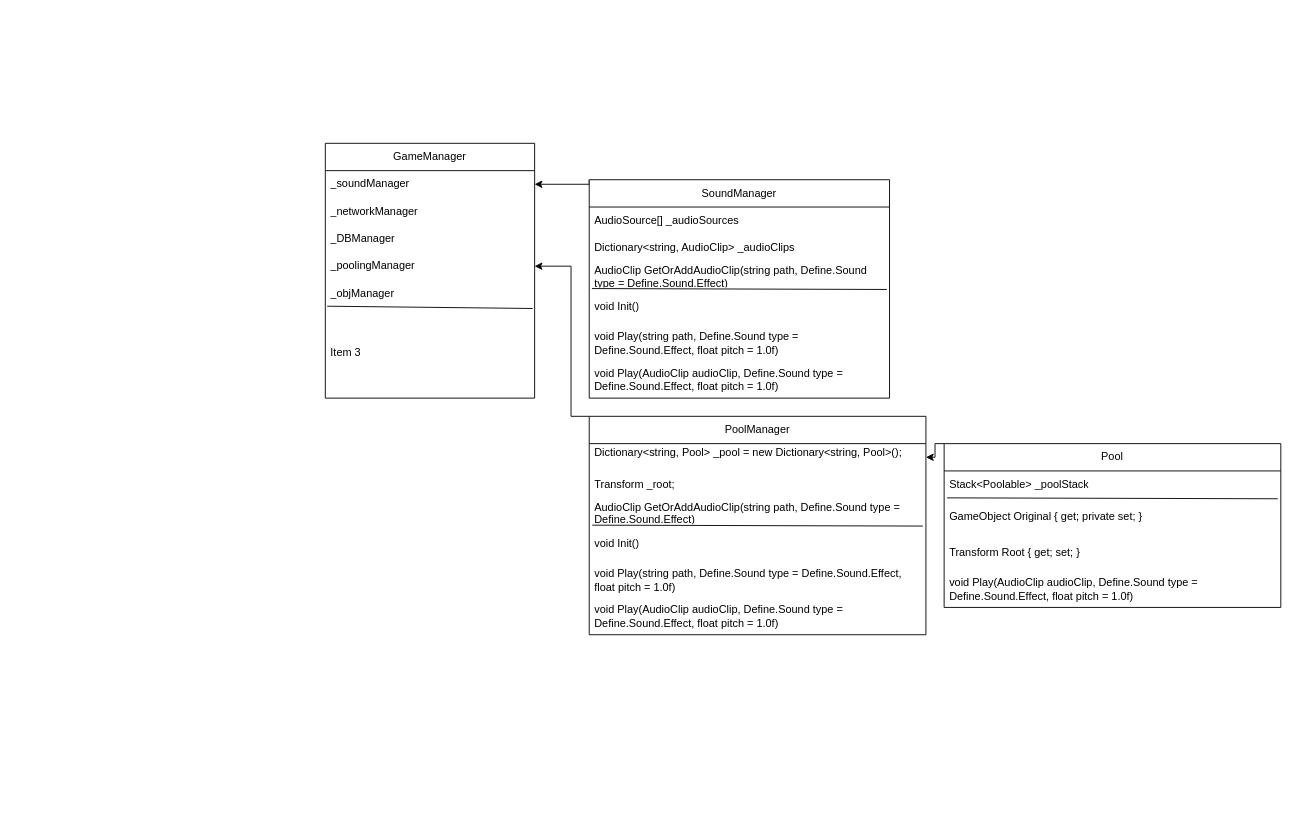
Before: 졸프.drawio in ParkSungTaek/GraduationProject, a draw.io diagram. Source tidied: cells renumbered, new cells numbered last; positions are measured from the earlier drawing's top-left corner, leaving out a move shared by most shapes. Both pictures are drawn from the tidied source at 91%, with x=0, y=0 at pixel (325, 143).
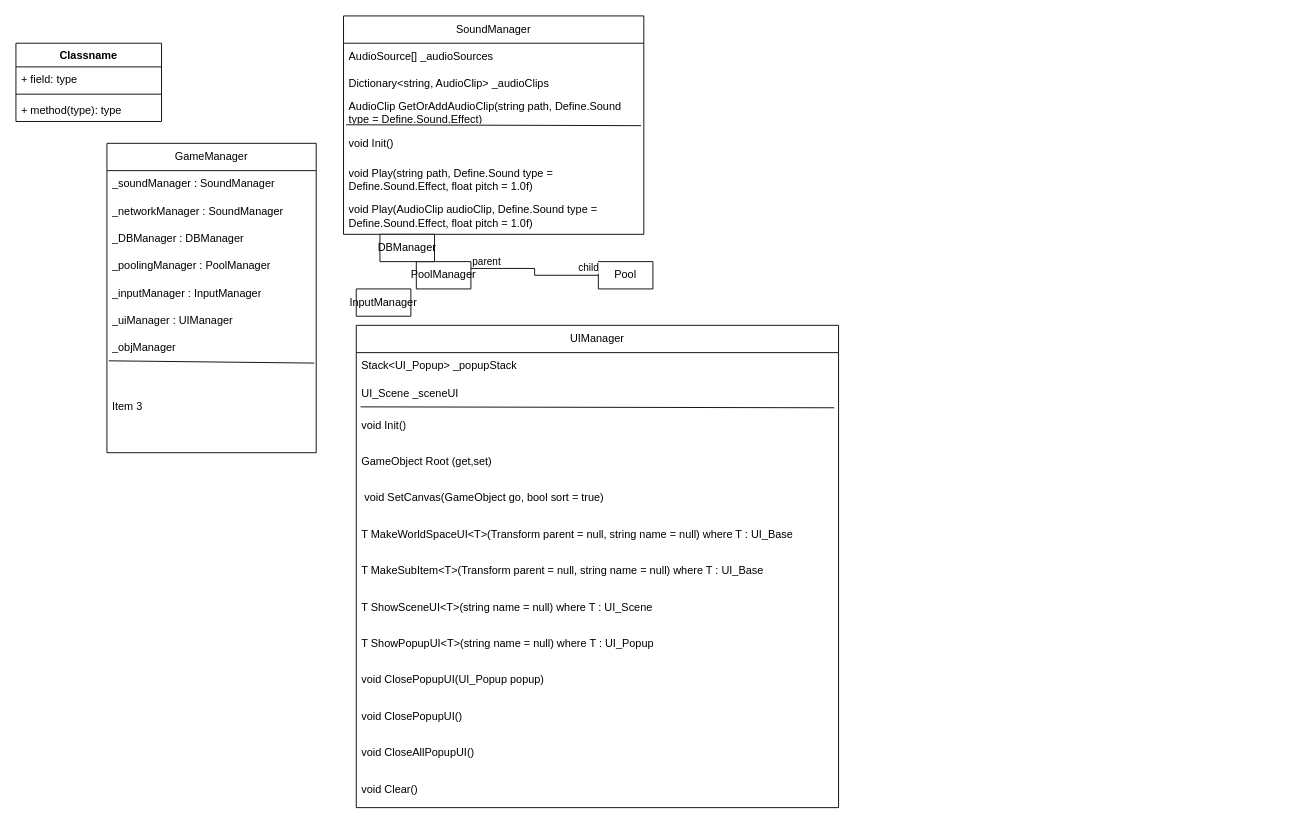
The same page after the edit.

Commit message:
졸프.drawio 업데이트

What changed in the source:
```diff
@@
     <mxCell id="2" value="GameManager" style="swimlane;fontStyle=0;horizontal=1;startSize=30;whiteSpace=wrap;html=1;fontSize=12;" parent="1" vertex="1">
-      <mxGeometry width="230" height="280" as="geometry" />
+      <mxGeometry x="-240" width="230" height="340" as="geometry" />
     </mxCell>
-    <mxCell id="3" value="_soundManager" style="text;strokeColor=none;fillColor=none;align=left;verticalAlign=middle;spacingLeft=4;spacingRight=4;overflow=hidden;points=[[0,0.5],[1,0.5]];portConstraint=eastwest;whiteSpace=wrap;html=1;" parent="2" vertex="1">
+    <mxCell id="3" value="_soundManager :&amp;nbsp;SoundManager" style="text;strokeColor=none;fillColor=none;align=left;verticalAlign=middle;spacingLeft=4;spacingRight=4;overflow=hidden;points=[[0,0.5],[1,0.5]];portConstraint=eastwest;whiteSpace=wrap;html=1;" parent="2" vertex="1">
       <mxGeometry y="30" width="230" height="30" as="geometry" />
     </mxCell>
-    <mxCell id="4" value="_networkManager" style="text;strokeColor=none;fillColor=none;align=left;verticalAlign=middle;spacingLeft=4;spacingRight=4;overflow=hidden;whiteSpace=wrap;html=1;" parent="2" vertex="1">
+    <mxCell id="4" value="_networkManager :&amp;nbsp;SoundManager" style="text;strokeColor=none;fillColor=none;align=left;verticalAlign=middle;spacingLeft=4;spacingRight=4;overflow=hidden;whiteSpace=wrap;html=1;" parent="2" vertex="1">
       <mxGeometry y="60" width="230" height="30" as="geometry" />
     </mxCell>
-    <mxCell id="5" value="_DBManager" style="text;strokeColor=none;fillColor=none;align=left;verticalAlign=middle;spacingLeft=4;spacingRight=4;overflow=hidden;whiteSpace=wrap;html=1;" parent="2" vertex="1">
+    <mxCell id="5" value="_DBManager :&amp;nbsp;DBManager" style="text;strokeColor=none;fillColor=none;align=left;verticalAlign=middle;spacingLeft=4;spacingRight=4;overflow=hidden;whiteSpace=wrap;html=1;" parent="2" vertex="1">
       <mxGeometry y="90" width="230" height="30" as="geometry" />
     </mxCell>
-    <mxCell id="6" value="_poolingManager" style="text;strokeColor=none;fillColor=none;align=left;verticalAlign=middle;spacingLeft=4;spacingRight=4;overflow=hidden;points=[[0,0.5],[1,0.5]];portConstraint=eastwest;whiteSpace=wrap;html=1;" parent="2" vertex="1">
+    <mxCell id="6" value="_poolingManager :&amp;nbsp;PoolManager" style="text;strokeColor=none;fillColor=none;align=left;verticalAlign=middle;spacingLeft=4;spacingRight=4;overflow=hidden;points=[[0,0.5],[1,0.5]];portConstraint=eastwest;whiteSpace=wrap;html=1;" parent="2" vertex="1">
       <mxGeometry y="120" width="230" height="30" as="geometry" />
     </mxCell>
-    <mxCell id="7" value="_objManager" style="text;strokeColor=none;fillColor=none;align=left;verticalAlign=middle;spacingLeft=4;spacingRight=4;overflow=hidden;whiteSpace=wrap;html=1;" parent="2" vertex="1">
+    <mxCell id="7" value="_inputManager :&amp;nbsp;InputManager" style="text;strokeColor=none;fillColor=none;align=left;verticalAlign=middle;spacingLeft=4;spacingRight=4;overflow=hidden;whiteSpace=wrap;html=1;" parent="2" vertex="1">
       <mxGeometry y="150" width="230" height="30" as="geometry" />
     </mxCell>
+    <mxCell id="35" value="_uiManager :&amp;nbsp;UIManager" style="text;strokeColor=none;fillColor=none;align=left;verticalAlign=middle;spacingLeft=4;spacingRight=4;overflow=hidden;whiteSpace=wrap;html=1;" parent="2" vertex="1">
+      <mxGeometry y="180" width="230" height="30" as="geometry" />
+    </mxCell>
+    <mxCell id="36" value="_objManager" style="text;strokeColor=none;fillColor=none;align=left;verticalAlign=middle;spacingLeft=4;spacingRight=4;overflow=hidden;whiteSpace=wrap;html=1;" parent="2" vertex="1">
+      <mxGeometry y="210" width="230" height="30" as="geometry" />
+    </mxCell>
     <mxCell id="8" value="Item 3" style="text;strokeColor=none;fillColor=none;align=left;verticalAlign=middle;spacingLeft=4;spacingRight=4;overflow=hidden;points=[[0,0.5],[1,0.5]];portConstraint=eastwest;whiteSpace=wrap;html=1;" parent="2" vertex="1">
-      <mxGeometry y="180" width="230" height="100" as="geometry" />
+      <mxGeometry y="240" width="230" height="100" as="geometry" />
     </mxCell>
@@
-    <mxCell id="10" style="edgeStyle=orthogonalEdgeStyle;rounded=0;jettySize=auto;html=1;exitX=0;exitY=0;exitDx=0;exitDy=0;entryX=1;entryY=0.5;entryDx=0;entryDy=0;" parent="1" edge="1" source="11" target="3">
-      <mxGeometry relative="1" as="geometry">
-        <Array as="points">
-          <mxPoint x="290" y="45" />
-        </Array>
-      </mxGeometry>
-    </mxCell>
     <mxCell id="11" value="SoundManager" style="swimlane;fontStyle=0;horizontal=1;startSize=30;whiteSpace=wrap;html=1;fontSize=12;" parent="1" vertex="1">
-      <mxGeometry x="290" y="40" width="330" height="240" as="geometry" />
+      <mxGeometry x="20" y="-140" width="330" height="240" as="geometry" />
     </mxCell>
@@
-    <mxCell id="19" style="edgeStyle=orthogonalEdgeStyle;rounded=0;jettySize=auto;html=1;exitX=0;exitY=0;exitDx=0;exitDy=0;entryX=1;entryY=0.5;entryDx=0;entryDy=0;" parent="1" edge="1" source="20" target="6">
-      <mxGeometry relative="1" as="geometry">
-        <Array as="points">
-          <mxPoint x="270" y="300" />
-          <mxPoint x="270" y="135" />
-        </Array>
-      </mxGeometry>
-    </mxCell>
-    <mxCell id="20" value="PoolManager" style="swimlane;fontStyle=0;horizontal=1;startSize=30;whiteSpace=wrap;html=1;fontSize=12;" parent="1" vertex="1">
-      <mxGeometry x="290" y="300" width="370" height="240" as="geometry" />
+    <mxCell id="20" value="PoolManager" style="swimlane;fontStyle=0;horizontal=1;startSize=30;whiteSpace=wrap;html=1;fontSize=12;" parent="1" vertex="1" collapsed="1">
+      <mxGeometry x="100" y="130" width="60" height="30" as="geometry" />
     </mxCell>
-    <mxCell id="21" value="&lt;div&gt;Dictionary&amp;lt;string, Pool&amp;gt; _pool = new Dictionary&amp;lt;string, Pool&amp;gt;();&lt;/div&gt;&lt;div&gt;&lt;br&gt;&lt;/div&gt;" style="text;strokeColor=none;fillColor=none;align=left;verticalAlign=middle;spacingLeft=4;spacingRight=4;overflow=hidden;points=[[0,0.5],[1,0.5]];portConstraint=eastwest;whiteSpace=wrap;html=1;" parent="20" vertex="1">
-      <mxGeometry y="30" width="370" height="30" as="geometry" />
-    </mxCell>
-    <mxCell id="22" value="Transform _root;" style="text;strokeColor=none;fillColor=none;align=left;verticalAlign=middle;spacingLeft=4;spacingRight=4;overflow=hidden;whiteSpace=wrap;html=1;" parent="20" vertex="1">
-      <mxGeometry y="60" width="370" height="30" as="geometry" />
-    </mxCell>
-    <mxCell id="23" value="AudioClip GetOrAddAudioClip(string path, Define.Sound type = Define.Sound.Effect)" style="text;strokeColor=none;fillColor=none;align=left;verticalAlign=middle;spacingLeft=4;spacingRight=4;overflow=hidden;whiteSpace=wrap;html=1;" parent="20" vertex="1">
-      <mxGeometry y="90" width="370" height="30" as="geometry" />
-    </mxCell>
+    <mxCell id="37" value="InputManager" style="swimlane;fontStyle=0;horizontal=1;startSize=30;whiteSpace=wrap;html=1;fontSize=12;" parent="1" vertex="1" collapsed="1">
+      <mxGeometry x="34" y="160" width="60" height="30" as="geometry" />
+    </mxCell>
+    <mxCell id="38" value="DBManager" style="swimlane;fontStyle=0;horizontal=1;startSize=30;whiteSpace=wrap;html=1;fontSize=12;" parent="1" vertex="1" collapsed="1">
+      <mxGeometry x="60" y="100" width="60" height="30" as="geometry" />
+    </mxCell>
+    <mxCell id="39" value="UIManager" style="swimlane;fontStyle=0;horizontal=1;startSize=30;whiteSpace=wrap;html=1;fontSize=12;" parent="1" vertex="1">
+      <mxGeometry x="34" y="200" width="530" height="530" as="geometry" />
+    </mxCell>
+    <mxCell id="40" value="&lt;div&gt;Stack&amp;lt;UI_Popup&amp;gt; _popupStack&lt;br&gt;&lt;/div&gt;" style="text;strokeColor=none;fillColor=none;align=left;verticalAlign=middle;spacingLeft=4;spacingRight=4;overflow=hidden;whiteSpace=wrap;html=1;" parent="39" vertex="1">
+      <mxGeometry y="30" width="530" height="30" as="geometry" />
+    </mxCell>
+    <mxCell id="41" value="UI_Scene _sceneUI" style="text;strokeColor=none;fillColor=none;align=left;verticalAlign=middle;spacingLeft=4;spacingRight=4;overflow=hidden;whiteSpace=wrap;html=1;" parent="39" vertex="1">
+      <mxGeometry y="60" width="530" height="30" as="geometry" />
+    </mxCell>
-    <mxCell id="24" value="void Init()" style="text;strokeColor=none;fillColor=none;align=left;verticalAlign=middle;spacingLeft=4;spacingRight=4;overflow=hidden;points=[[0,0.5],[1,0.5]];portConstraint=eastwest;whiteSpace=wrap;html=1;" parent="20" vertex="1">
-      <mxGeometry y="120" width="370" height="40" as="geometry" />
+    <mxCell id="24" value="void Init()" style="text;strokeColor=none;fillColor=none;align=left;verticalAlign=middle;spacingLeft=4;spacingRight=4;overflow=hidden;points=[[0,0.5],[1,0.5]];portConstraint=eastwest;whiteSpace=wrap;html=1;" parent="39" vertex="1">
+      <mxGeometry y="90" width="530" height="40" as="geometry" />
     </mxCell>
-    <mxCell id="25" style="endArrow=none;html=1;rounded=0;exitX=0.009;exitY=-0.01;exitDx=0;exitDy=0;exitPerimeter=0;entryX=0.991;entryY=0.015;entryDx=0;entryDy=0;entryPerimeter=0;" parent="20" edge="1" source="24" target="24">
+    <mxCell id="25" style="endArrow=none;html=1;rounded=0;exitX=0.009;exitY=-0.01;exitDx=0;exitDy=0;exitPerimeter=0;entryX=0.991;entryY=0.015;entryDx=0;entryDy=0;entryPerimeter=0;" parent="39" edge="1" source="24" target="24">
       <mxGeometry relative="1" as="geometry" />
     </mxCell>
-    <mxCell id="26" value="void Play(string path, Define.Sound type = Define.Sound.Effect, float pitch = 1.0f)" style="text;strokeColor=none;fillColor=none;align=left;verticalAlign=middle;spacingLeft=4;spacingRight=4;overflow=hidden;whiteSpace=wrap;html=1;" parent="20" vertex="1">
-      <mxGeometry y="160" width="370" height="40" as="geometry" />
-    </mxCell>
-    <mxCell id="27" value="void Play(AudioClip audioClip, Define.Sound type = Define.Sound.Effect, float pitch = 1.0f)" style="text;strokeColor=none;fillColor=none;align=left;verticalAlign=middle;spacingLeft=4;spacingRight=4;overflow=hidden;whiteSpace=wrap;html=1;" parent="20" vertex="1">
-      <mxGeometry y="200" width="370" height="40" as="geometry" />
-    </mxCell>
-    <mxCell id="28" style="edgeStyle=orthogonalEdgeStyle;rounded=0;jettySize=auto;html=1;exitX=0;exitY=0;exitDx=0;exitDy=0;entryX=1;entryY=0.5;entryDx=0;entryDy=0;" parent="1" edge="1" source="29" target="21">
-      <mxGeometry relative="1" as="geometry">
-        <Array as="points">
-          <mxPoint x="670" y="330" />
-          <mxPoint x="670" y="345" />
-        </Array>
-      </mxGeometry>
-    </mxCell>
+    <mxCell id="42" value="GameObject Root (get,set)" style="text;strokeColor=none;fillColor=none;align=left;verticalAlign=middle;spacingLeft=4;spacingRight=4;overflow=hidden;whiteSpace=wrap;html=1;" parent="39" vertex="1">
+      <mxGeometry y="130" width="530" height="40" as="geometry" />
+    </mxCell>
+    <mxCell id="43" value="&amp;nbsp;void SetCanvas(GameObject go, bool sort = true)" style="text;strokeColor=none;fillColor=none;align=left;verticalAlign=middle;spacingLeft=4;spacingRight=4;overflow=hidden;whiteSpace=wrap;html=1;" parent="39" vertex="1">
+      <mxGeometry y="170" width="530" height="40" as="geometry" />
+    </mxCell>
+    <mxCell id="44" value="&lt;div&gt;T MakeWorldSpaceUI&amp;lt;T&amp;gt;(Transform parent = null, string name = null) where T : UI_Base&lt;/div&gt;&lt;div&gt; &lt;/div&gt;" style="text;strokeColor=none;fillColor=none;align=left;verticalAlign=middle;spacingLeft=4;spacingRight=4;overflow=hidden;whiteSpace=wrap;html=1;" parent="39" vertex="1">
+      <mxGeometry y="210" width="530" height="40" as="geometry" />
+    </mxCell>
+    <mxCell id="45" value="&lt;div&gt;T MakeSubItem&amp;lt;T&amp;gt;(Transform parent = null, string name = null) where T : UI_Base&lt;/div&gt;&lt;div&gt; &lt;/div&gt;" style="text;strokeColor=none;fillColor=none;align=left;verticalAlign=middle;spacingLeft=4;spacingRight=4;overflow=hidden;whiteSpace=wrap;html=1;" parent="39" vertex="1">
+      <mxGeometry y="250" width="530" height="40" as="geometry" />
+    </mxCell>
+    <mxCell id="46" value="&lt;div&gt;T ShowSceneUI&amp;lt;T&amp;gt;(string name = null) where T : UI_Scene&lt;/div&gt;&lt;div&gt; &lt;/div&gt;" style="text;strokeColor=none;fillColor=none;align=left;verticalAlign=middle;spacingLeft=4;spacingRight=4;overflow=hidden;whiteSpace=wrap;html=1;" parent="39" vertex="1">
+      <mxGeometry y="290" width="530" height="40" as="geometry" />
+    </mxCell>
+    <mxCell id="47" value="&lt;div&gt;T ShowPopupUI&amp;lt;T&amp;gt;(string name = null) where T : UI_Popup&lt;/div&gt;&lt;div&gt; &lt;/div&gt;" style="text;strokeColor=none;fillColor=none;align=left;verticalAlign=middle;spacingLeft=4;spacingRight=4;overflow=hidden;whiteSpace=wrap;html=1;" parent="39" vertex="1">
+      <mxGeometry y="330" width="530" height="40" as="geometry" />
+    </mxCell>
+    <mxCell id="48" value="&lt;div&gt;void ClosePopupUI(UI_Popup popup)&lt;/div&gt;&lt;div&gt; &lt;/div&gt;" style="text;strokeColor=none;fillColor=none;align=left;verticalAlign=middle;spacingLeft=4;spacingRight=4;overflow=hidden;whiteSpace=wrap;html=1;" parent="39" vertex="1">
+      <mxGeometry y="370" width="530" height="40" as="geometry" />
+    </mxCell>
+    <mxCell id="49" value="&lt;div&gt;void ClosePopupUI()&lt;/div&gt;&lt;div&gt; &lt;/div&gt;" style="text;strokeColor=none;fillColor=none;align=left;verticalAlign=middle;spacingLeft=4;spacingRight=4;overflow=hidden;whiteSpace=wrap;html=1;" parent="39" vertex="1">
+      <mxGeometry y="410" width="530" height="40" as="geometry" />
+    </mxCell>
+    <mxCell id="50" value="&lt;div&gt;void CloseAllPopupUI()&lt;/div&gt;&lt;div&gt; &lt;/div&gt;" style="text;strokeColor=none;fillColor=none;align=left;verticalAlign=middle;spacingLeft=4;spacingRight=4;overflow=hidden;whiteSpace=wrap;html=1;" parent="39" vertex="1">
+      <mxGeometry y="450" width="530" height="40" as="geometry" />
+    </mxCell>
+    <mxCell id="51" value="&lt;div&gt;void Clear()&lt;/div&gt;&lt;div&gt; &lt;/div&gt;" style="text;strokeColor=none;fillColor=none;align=left;verticalAlign=middle;spacingLeft=4;spacingRight=4;overflow=hidden;whiteSpace=wrap;html=1;" parent="39" vertex="1">
+      <mxGeometry y="490" width="530" height="40" as="geometry" />
+    </mxCell>
-    <mxCell id="29" value="Pool" style="swimlane;fontStyle=0;horizontal=1;startSize=30;whiteSpace=wrap;html=1;fontSize=12;" parent="1" vertex="1">
-      <mxGeometry x="680" y="330" width="370" height="180" as="geometry" />
+    <mxCell id="29" value="Pool" style="swimlane;fontStyle=0;horizontal=1;startSize=30;whiteSpace=wrap;html=1;fontSize=12;" parent="1" vertex="1" collapsed="1">
+      <mxGeometry x="300" y="130" width="60" height="30" as="geometry" />
     </mxCell>
-    <mxCell id="30" value="&lt;div&gt;Stack&amp;lt;Poolable&amp;gt; _poolStack&lt;br&gt;&lt;/div&gt;" style="text;strokeColor=none;fillColor=none;align=left;verticalAlign=middle;spacingLeft=4;spacingRight=4;overflow=hidden;whiteSpace=wrap;html=1;" parent="29" vertex="1">
-      <mxGeometry y="30" width="370" height="30" as="geometry" />
-    </mxCell>
-    <mxCell id="31" value="GameObject Original { get; private set; }" style="text;strokeColor=none;fillColor=none;align=left;verticalAlign=middle;spacingLeft=4;spacingRight=4;overflow=hidden;points=[[0,0.5],[1,0.5]];portConstraint=eastwest;whiteSpace=wrap;html=1;" parent="29" vertex="1">
-      <mxGeometry y="60" width="370" height="40" as="geometry" />
-    </mxCell>
-    <mxCell id="32" style="endArrow=none;html=1;rounded=0;exitX=0.009;exitY=-0.01;exitDx=0;exitDy=0;exitPerimeter=0;entryX=0.991;entryY=0.015;entryDx=0;entryDy=0;entryPerimeter=0;" parent="29" edge="1" source="31" target="31">
-      <mxGeometry relative="1" as="geometry" />
-    </mxCell>
-    <mxCell id="33" value="Transform Root { get; set; }" style="text;strokeColor=none;fillColor=none;align=left;verticalAlign=middle;spacingLeft=4;spacingRight=4;overflow=hidden;whiteSpace=wrap;html=1;" parent="29" vertex="1">
-      <mxGeometry y="100" width="370" height="40" as="geometry" />
-    </mxCell>
-    <mxCell id="34" value="void Play(AudioClip audioClip, Define.Sound type = Define.Sound.Effect, float pitch = 1.0f)" style="text;strokeColor=none;fillColor=none;align=left;verticalAlign=middle;spacingLeft=4;spacingRight=4;overflow=hidden;whiteSpace=wrap;html=1;" parent="29" vertex="1">
-      <mxGeometry y="140" width="370" height="40" as="geometry" />
-    </mxCell>
+    <mxCell id="52" style="endArrow=none;html=1;edgeStyle=orthogonalEdgeStyle;rounded=0;entryX=0;entryY=0.5;entryDx=0;entryDy=0;exitX=1;exitY=0.25;exitDx=0;exitDy=0;" parent="1" edge="1" source="20" target="29">
+      <mxGeometry relative="1" as="geometry" />
+    </mxCell>
+    <mxCell id="53" value="parent" style="edgeLabel;html=1;align=left;verticalAlign=bottom;" parent="52" vertex="1">
+      <mxGeometry x="-1" relative="1" as="geometry" />
+    </mxCell>
+    <mxCell id="54" value="child" style="edgeLabel;html=1;align=right;verticalAlign=bottom;" parent="52" vertex="1">
+      <mxGeometry x="1" relative="1" as="geometry" />
+    </mxCell>
+    <mxCell id="55" value="Classname" style="swimlane;fontStyle=1;align=center;verticalAlign=top;horizontal=1;startSize=26;whiteSpace=wrap;html=1;" parent="1" vertex="1">
+      <mxGeometry x="-340" y="-110" width="160" height="86" as="geometry" />
+    </mxCell>
+    <mxCell id="56" value="+ field: type" style="text;strokeColor=none;fillColor=none;align=left;verticalAlign=top;spacingLeft=4;spacingRight=4;overflow=hidden;whiteSpace=wrap;html=1;" parent="55" vertex="1">
+      <mxGeometry y="26" width="160" height="26" as="geometry" />
+    </mxCell>
+    <mxCell id="57" style="line;strokeWidth=1;fillColor=none;align=left;verticalAlign=middle;spacingTop=-1;spacingLeft=3;spacingRight=3;labelPosition=right;strokeColor=inherit;" parent="55" vertex="1">
+      <mxGeometry y="52" width="160" height="8" as="geometry" />
+    </mxCell>
+    <mxCell id="58" value="+ method(type): type" style="text;strokeColor=none;fillColor=none;align=left;verticalAlign=top;spacingLeft=4;spacingRight=4;overflow=hidden;whiteSpace=wrap;html=1;" parent="55" vertex="1">
+      <mxGeometry y="60" width="160" height="26" as="geometry" />
+    </mxCell>
```
